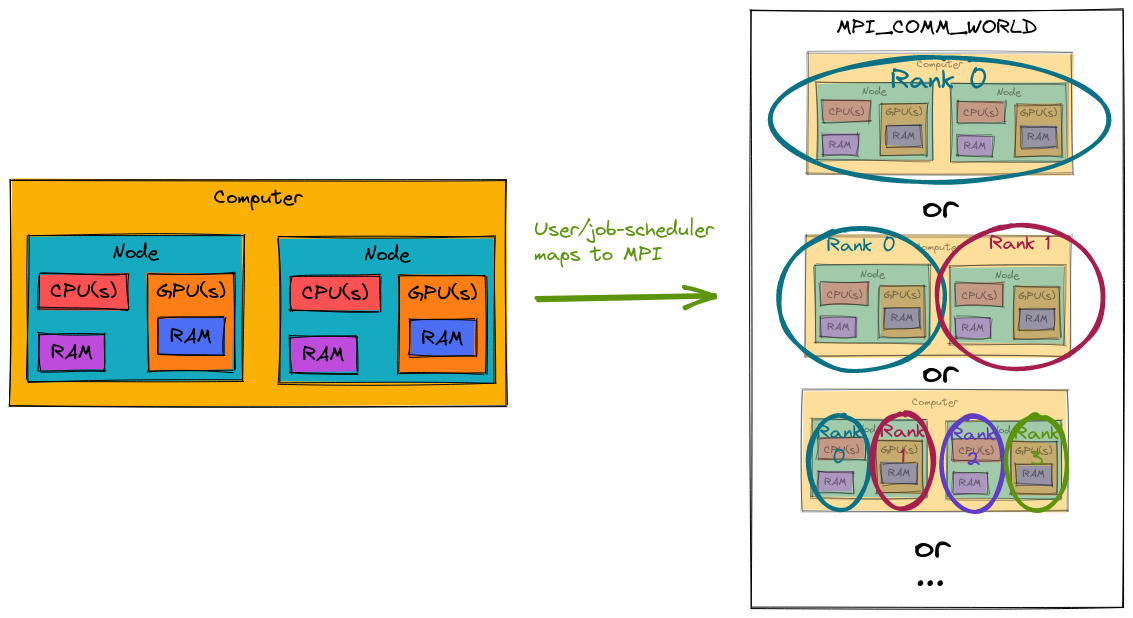
Earlier version of the Excalidraw export docs/source/assets/hardware2mpi.png (NWChemEx/ParallelZone). Source tidied: one line per element, renumbered; positions are measured from the earlier drawing's top-left corner, leaving out a move shared by most shapes.
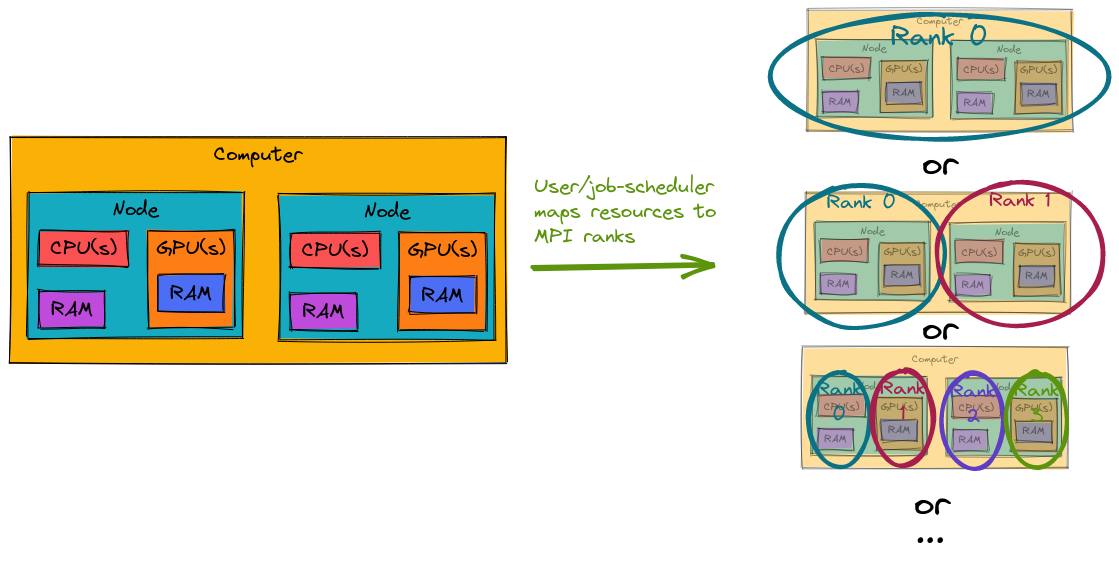
The same file after the commit.

The edit, as a diff of the source:
```diff
@@ -20,8 +20,6 @@
 {"id": 19, "type": "text", "text": "GPU(s)", "strokeColor": "#000000", "strokeWidth": 1, "roughness": 1, "fontSize": 20, "fontFamily": 1, "textAlign": "center", "inside": 18, "x": 394, "y": 271, "width": 76, "height": 25}
 {"id": 20, "type": "rectangle", "strokeColor": "#000000", "backgroundColor": "#4c6ef5", "fillStyle": "solid", "strokeWidth": 1, "roughness": 1, "x": 400, "y": 310, "width": 66, "height": 37}
 {"id": 21, "type": "text", "text": "RAM", "strokeColor": "#000000", "strokeWidth": 1, "roughness": 1, "fontSize": 20, "fontFamily": 1, "textAlign": "center", "verticalAlign": "middle", "inside": 20, "x": 404, "y": 316, "width": 56, "height": 25}
-{"id": 22, "type": "rectangle", "strokeColor": "#000000", "strokeWidth": 1, "roughness": 1, "x": 741, "y": 0, "width": 372, "height": 598}
-{"id": 23, "type": "text", "text": "MPI_COMM_WORLD", "strokeColor": "#000000", "backgroundColor": "#fab005", "fillStyle": "solid", "strokeWidth": 1, "roughness": 1, "fontSize": 20, "fontFamily": 1, "textAlign": "center", "inside": 22, "x": 746, "y": 5, "width": 362, "height": 25}
 {"id": 24, "type": "rectangle", "strokeColor": "#000000", "backgroundColor": "#fab005", "fillStyle": "solid", "strokeWidth": 1, "roughness": 1, "opacity": 40, "x": 792, "y": 380, "width": 266, "height": 121}
 {"id": 25, "type": "rectangle", "strokeColor": "#000000", "backgroundColor": "#15aabf", "fillStyle": "solid", "strokeWidth": 1, "roughness": 1, "opacity": 40, "x": 802, "y": 410, "width": 115, "height": 78}
 {"id": 26, "type": "text", "text": "Node", "strokeColor": "#000000", "strokeWidth": 1, "roughness": 1, "opacity": 40, "fontSize": 10.71, "fontFamily": 1, "textAlign": "center", "inside": 25, "x": 805, "y": 413, "width": 110, "height": 13}
@@ -106,5 +104,5 @@
 {"id": 105, "type": "ellipse", "strokeColor": "#5c940d", "strokeWidth": 4, "roughness": 1, "x": 996, "y": 406, "width": 61, "height": 95}
 {"id": 106, "type": "text", "text": "Rank\n3", "strokeColor": "#5c940d", "strokeWidth": 4, "roughness": 1, "fontSize": 20, "fontFamily": 1, "textAlign": "center", "inside": 105, "x": 1002, "y": 410, "width": 51, "height": 50}
 {"id": 107, "type": "text", "text": "or", "strokeColor": "#000000", "strokeWidth": 1, "roughness": 1, "fontSize": 36, "fontFamily": 1, "textAlign": "center", "x": 904, "y": 514, "width": 36, "height": 45}
-{"id": 108, "type": "arrow", "strokeColor": "#5c940d", "strokeWidth": 4, "roughness": 1, "endArrowhead": "arrow", "from": 0, "x": 527, "y": 289, "width": 178, "height": 4, "points": [[0, 0], [178, -4]]}
+{"id": 108, "type": "arrow", "strokeColor": "#5c940d", "strokeWidth": 4, "roughness": 1, "endArrowhead": "arrow", "from": 0, "to": 109, "x": 523, "y": 301, "width": 180, "height": 4, "points": [[0, 0], [180, -4]]}
-{"id": 109, "type": "text", "text": "User/job-scheduler\nmaps to MPI", "strokeColor": "#5c940d", "strokeWidth": 4, "roughness": 1, "fontSize": 20, "fontFamily": 1, "x": 524, "y": 207, "width": 180, "height": 50}
+{"id": 109, "type": "text", "text": "User/job-scheduler\nmaps resources to\nMPI ranks", "strokeColor": "#5c940d", "strokeWidth": 4, "roughness": 1, "fontSize": 20, "fontFamily": 1, "x": 524, "y": 207, "width": 183, "height": 75}
```
